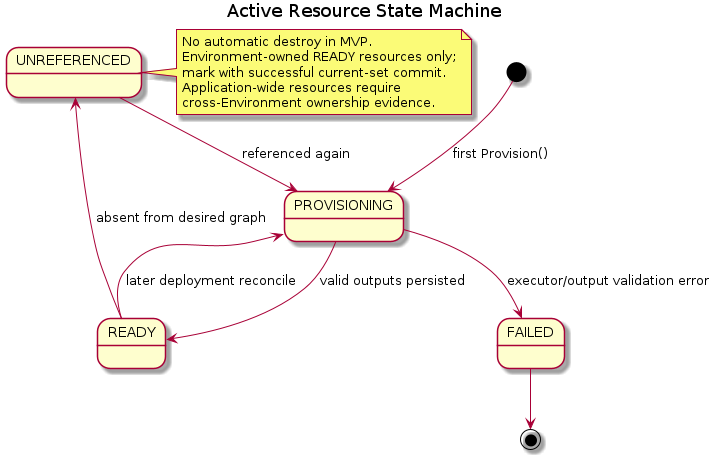
The PlantUML diagram orchestrator_docs/architecture/state-machines/active-resource.png in pr3s3nt/poc, before a commit. Its source is kept beside it as orchestrator_docs/architecture/state-machines/active-resource.puml. The source it was exported from:
```plantuml
@startuml
title Active Resource State Machine
[*] --> PROVISIONING : first Provision()
PROVISIONING --> READY : valid outputs persisted
READY --> PROVISIONING : later deployment reconcile
READY --> UNREFERENCED : absent from desired graph
UNREFERENCED --> PROVISIONING : referenced again
PROVISIONING --> FAILED : executor/output validation error
FAILED --> [*]
note right of UNREFERENCED
  No automatic destroy in MVP.
  Environment-owned READY resources only;
  mark with successful current-set commit.
  Application-wide resources require
  cross-Environment ownership evidence.
end note
@enduml
```
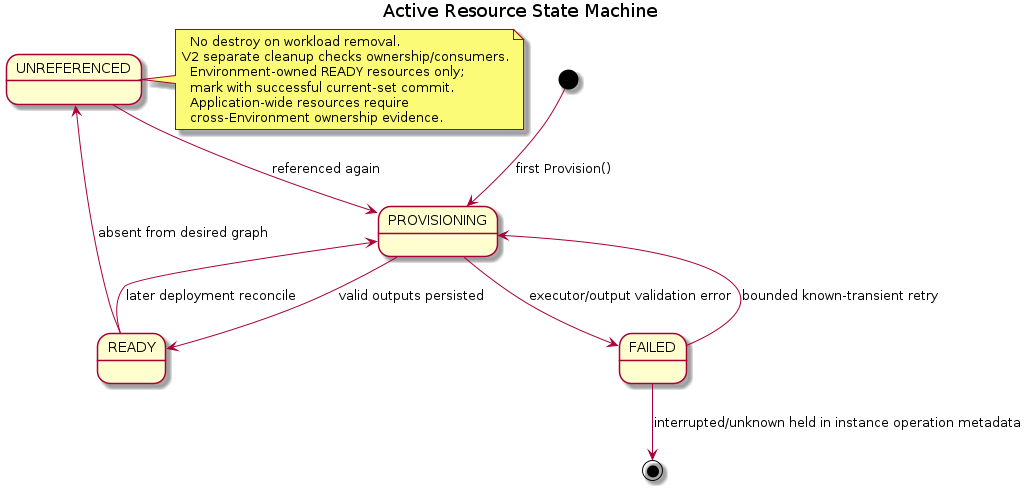
The same file after the commit.

Change to the diagram source:
```diff
@@ -6,9 +6,11 @@
 READY --> UNREFERENCED : absent from desired graph
 UNREFERENCED --> PROVISIONING : referenced again
 PROVISIONING --> FAILED : executor/output validation error
-FAILED --> [*]
+FAILED --> PROVISIONING : bounded known-transient retry
+FAILED --> [*] : interrupted/unknown held in instance operation metadata
 note right of UNREFERENCED
-  No automatic destroy in MVP.
+  No destroy on workload removal.
+V2 separate cleanup checks ownership/consumers.
   Environment-owned READY resources only;
   mark with successful current-set commit.
   Application-wide resources require
```
